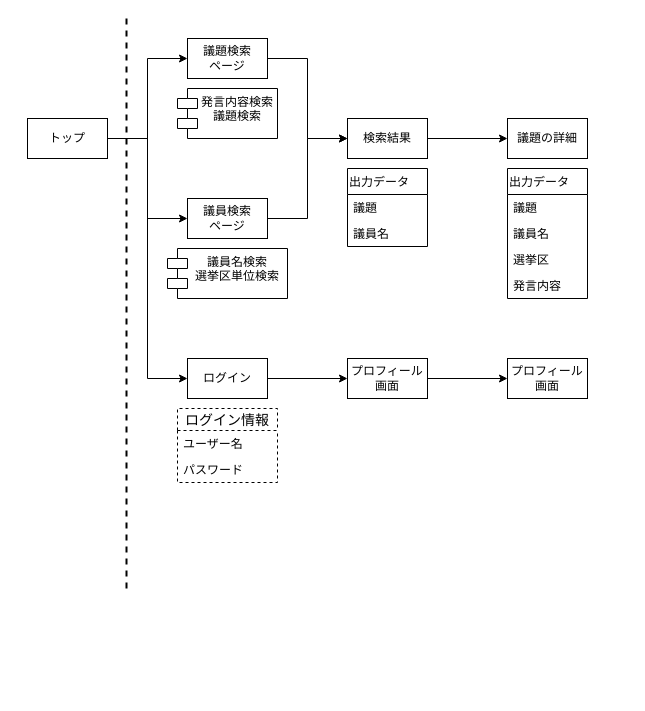
tukuhuse/myportfolio keeps this draw.io diagram as Untitled Diagram.drawio. Above is the earlier version. Source tidied: cells renumbered, new cells numbered last; positions are measured from the earlier drawing's top-left corner, leaving out a move shared by most shapes. Both pictures are drawn from the tidied source at 100%, with x=0, y=0 at pixel (27, 18).
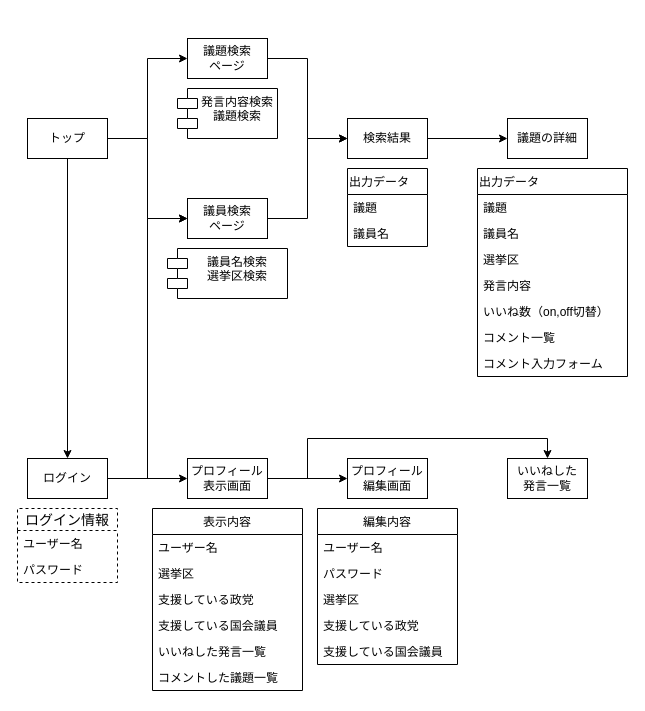
After the change.

The change refers to these unchanged cells:
```xml
<mxCell id="5" value="トップ" style="rounded=0;whiteSpace=wrap;html=1;" parent="1" vertex="1">
  <mxGeometry y="100" width="80" height="40" as="geometry" />
</mxCell>
<mxCell id="7" value="議員検索&lt;br&gt;ページ" style="rounded=0;whiteSpace=wrap;html=1;" parent="1" vertex="1">
  <mxGeometry x="160" y="180" width="80" height="40" as="geometry" />
</mxCell>
```

Change to the diagram source:
```diff
@@
-    <mxCell id="4" style="edgeStyle=orthogonalEdgeStyle;rounded=0;jettySize=auto;html=1;entryX=0;entryY=0.5;entryDx=0;entryDy=0;" parent="1" edge="1" source="5" target="25">
+    <mxCell id="4" style="edgeStyle=orthogonalEdgeStyle;rounded=0;jettySize=auto;html=1;entryX=0.5;entryY=0;entryDx=0;entryDy=0;" parent="1" edge="1" source="5" target="25">
       <mxGeometry relative="1" as="geometry" />
     </mxCell>
@@
-    <mxCell id="15" value="議員名検索&#10;選挙区単位検索" style="shape=module;align=left;spacingLeft=20;align=center;verticalAlign=top;" parent="1" vertex="1">
+    <mxCell id="15" value="議員名検索&#10;選挙区検索" style="shape=module;align=left;spacingLeft=20;align=center;verticalAlign=top;" parent="1" vertex="1">
       <mxGeometry x="140" y="230" width="120" height="50" as="geometry" />
     </mxCell>
@@
     <mxCell id="19" value="出力データ" style="swimlane;fontStyle=0;horizontal=1;startSize=26;fillColor=none;align=left;" parent="1" vertex="1">
-      <mxGeometry x="480" y="150" width="80" height="130" as="geometry" />
+      <mxGeometry x="450" y="150" width="150" height="208" as="geometry" />
     </mxCell>
     <mxCell id="20" value="議題" style="text;strokeColor=none;fillColor=none;align=left;verticalAlign=top;spacingLeft=4;spacingRight=4;overflow=hidden;" parent="19" vertex="1">
-      <mxGeometry y="26" width="80" height="26" as="geometry" />
+      <mxGeometry y="26" width="150" height="26" as="geometry" />
     </mxCell>
     <mxCell id="21" value="議員名" style="text;strokeColor=none;fillColor=none;align=left;verticalAlign=top;spacingLeft=4;spacingRight=4;overflow=hidden;" parent="19" vertex="1">
-      <mxGeometry y="52" width="80" height="26" as="geometry" />
+      <mxGeometry y="52" width="150" height="26" as="geometry" />
     </mxCell>
     <mxCell id="22" value="選挙区" style="text;strokeColor=none;fillColor=none;align=left;verticalAlign=top;spacingLeft=4;spacingRight=4;overflow=hidden;" parent="19" vertex="1">
-      <mxGeometry y="78" width="80" height="26" as="geometry" />
+      <mxGeometry y="78" width="150" height="26" as="geometry" />
     </mxCell>
     <mxCell id="23" value="発言内容" style="text;strokeColor=none;fillColor=none;align=left;verticalAlign=top;spacingLeft=4;spacingRight=4;overflow=hidden;" parent="19" vertex="1">
-      <mxGeometry y="104" width="80" height="26" as="geometry" />
+      <mxGeometry y="104" width="150" height="26" as="geometry" />
     </mxCell>
+    <mxCell id="33" value="いいね数（on,off切替）" style="text;strokeColor=none;fillColor=none;align=left;verticalAlign=top;spacingLeft=4;spacingRight=4;overflow=hidden;" parent="19" vertex="1">
+      <mxGeometry y="130" width="150" height="26" as="geometry" />
+    </mxCell>
+    <mxCell id="34" value="コメント一覧" style="text;strokeColor=none;fillColor=none;align=left;verticalAlign=top;spacingLeft=4;spacingRight=4;overflow=hidden;" parent="19" vertex="1">
+      <mxGeometry y="156" width="150" height="26" as="geometry" />
+    </mxCell>
+    <mxCell id="35" value="コメント入力フォーム" style="text;strokeColor=none;fillColor=none;align=left;verticalAlign=top;spacingLeft=4;spacingRight=4;overflow=hidden;" parent="19" vertex="1">
+      <mxGeometry y="182" width="150" height="26" as="geometry" />
+    </mxCell>
-    <mxCell id="24" style="edgeStyle=orthogonalEdgeStyle;rounded=0;jettySize=auto;html=1;" parent="1" edge="1" source="25" target="27">
+    <mxCell id="24" style="edgeStyle=orthogonalEdgeStyle;rounded=0;jettySize=auto;html=1;exitX=1;exitY=0.5;exitDx=0;exitDy=0;entryX=0;entryY=0.5;entryDx=0;entryDy=0;" parent="1" edge="1" source="25" target="27">
       <mxGeometry relative="1" as="geometry" />
     </mxCell>
+    <mxCell id="36" style="edgeStyle=orthogonalEdgeStyle;rounded=0;jettySize=auto;html=1;exitX=1;exitY=0.5;exitDx=0;exitDy=0;entryX=0;entryY=0.5;entryDx=0;entryDy=0;" parent="1" edge="1" source="25" target="7">
+      <mxGeometry relative="1" as="geometry" />
+    </mxCell>
     <mxCell id="25" value="ログイン" style="rounded=0;whiteSpace=wrap;html=1;align=center;" parent="1" vertex="1">
-      <mxGeometry x="160" y="340" width="80" height="40" as="geometry" />
+      <mxGeometry y="440" width="80" height="40" as="geometry" />
     </mxCell>
@@
+    <mxCell id="37" style="edgeStyle=orthogonalEdgeStyle;rounded=0;jettySize=auto;html=1;entryX=0.5;entryY=0;entryDx=0;entryDy=0;" parent="1" edge="1" source="27" target="38">
+      <mxGeometry relative="1" as="geometry">
+        <Array as="points">
+          <mxPoint x="280" y="460" />
+          <mxPoint x="280" y="420" />
+          <mxPoint x="520" y="420" />
+        </Array>
+      </mxGeometry>
+    </mxCell>
-    <mxCell id="27" value="プロフィール&lt;br&gt;画面" style="rounded=0;whiteSpace=wrap;html=1;align=center;" parent="1" vertex="1">
-      <mxGeometry x="320" y="340" width="80" height="40" as="geometry" />
+    <mxCell id="27" value="プロフィール&lt;br&gt;表示画面" style="rounded=0;whiteSpace=wrap;html=1;align=center;" parent="1" vertex="1">
+      <mxGeometry x="160" y="440" width="80" height="40" as="geometry" />
     </mxCell>
+    <mxCell id="38" value="いいねした&lt;br&gt;発言一覧" style="rounded=0;whiteSpace=wrap;html=1;align=center;" parent="1" vertex="1">
+      <mxGeometry x="480" y="440" width="80" height="40" as="geometry" />
+    </mxCell>
-    <mxCell id="28" value="プロフィール&lt;br&gt;画面" style="rounded=0;whiteSpace=wrap;html=1;align=center;" parent="1" vertex="1">
-      <mxGeometry x="480" y="340" width="80" height="40" as="geometry" />
+    <mxCell id="28" value="プロフィール&lt;br&gt;編集画面" style="rounded=0;whiteSpace=wrap;html=1;align=center;" parent="1" vertex="1">
+      <mxGeometry x="320" y="440" width="80" height="40" as="geometry" />
     </mxCell>
-    <mxCell id="29" style="line;strokeWidth=2;direction=south;html=1;align=left;dashed=1;" parent="1" vertex="1">
-      <mxGeometry x="94" width="10" height="570" as="geometry" />
-    </mxCell>
     <mxCell id="30" value="ログイン情報" style="swimlane;fontStyle=0;horizontal=1;startSize=22;fillColor=none;swimlaneFillColor=#ffffff;align=center;fontSize=14;dashed=1;" parent="1" vertex="1">
-      <mxGeometry x="150" y="390" width="100" height="74" as="geometry" />
+      <mxGeometry x="-10" y="490" width="100" height="74" as="geometry" />
     </mxCell>
@@
+    <mxCell id="39" value="表示内容" style="swimlane;fontStyle=0;horizontal=1;startSize=26;fillColor=none;" parent="1" vertex="1">
+      <mxGeometry x="125" y="490" width="150" height="182" as="geometry" />
+    </mxCell>
+    <mxCell id="40" value="ユーザー名" style="text;strokeColor=none;fillColor=none;align=left;verticalAlign=top;spacingLeft=4;spacingRight=4;overflow=hidden;" parent="39" vertex="1">
+      <mxGeometry y="26" width="150" height="26" as="geometry" />
+    </mxCell>
+    <mxCell id="41" value="選挙区" style="text;strokeColor=none;fillColor=none;align=left;verticalAlign=top;spacingLeft=4;spacingRight=4;overflow=hidden;" parent="39" vertex="1">
+      <mxGeometry y="52" width="150" height="26" as="geometry" />
+    </mxCell>
+    <mxCell id="42" value="支援している政党" style="text;strokeColor=none;fillColor=none;align=left;verticalAlign=top;spacingLeft=4;spacingRight=4;overflow=hidden;" parent="39" vertex="1">
+      <mxGeometry y="78" width="150" height="26" as="geometry" />
+    </mxCell>
+    <mxCell id="43" value="支援している国会議員" style="text;strokeColor=none;fillColor=none;align=left;verticalAlign=top;spacingLeft=4;spacingRight=4;overflow=hidden;" parent="39" vertex="1">
+      <mxGeometry y="104" width="150" height="26" as="geometry" />
+    </mxCell>
+    <mxCell id="44" value="いいねした発言一覧" style="text;strokeColor=none;fillColor=none;align=left;verticalAlign=top;spacingLeft=4;spacingRight=4;overflow=hidden;" parent="39" vertex="1">
+      <mxGeometry y="130" width="150" height="26" as="geometry" />
+    </mxCell>
+    <mxCell id="45" value="コメントした議題一覧" style="text;strokeColor=none;fillColor=none;align=left;verticalAlign=top;spacingLeft=4;spacingRight=4;overflow=hidden;" parent="39" vertex="1">
+      <mxGeometry y="156" width="150" height="26" as="geometry" />
+    </mxCell>
+    <mxCell id="46" value="編集内容" style="swimlane;fontStyle=0;horizontal=1;startSize=26;fillColor=none;" parent="1" vertex="1">
+      <mxGeometry x="290" y="490" width="140" height="156" as="geometry" />
+    </mxCell>
+    <mxCell id="47" value="ユーザー名" style="text;strokeColor=none;fillColor=none;align=left;verticalAlign=top;spacingLeft=4;spacingRight=4;overflow=hidden;" parent="46" vertex="1">
+      <mxGeometry y="26" width="140" height="26" as="geometry" />
+    </mxCell>
+    <mxCell id="48" value="パスワード" style="text;strokeColor=none;fillColor=none;align=left;verticalAlign=top;spacingLeft=4;spacingRight=4;overflow=hidden;" parent="46" vertex="1">
+      <mxGeometry y="52" width="140" height="26" as="geometry" />
+    </mxCell>
+    <mxCell id="49" value="選挙区" style="text;strokeColor=none;fillColor=none;align=left;verticalAlign=top;spacingLeft=4;spacingRight=4;overflow=hidden;" parent="46" vertex="1">
+      <mxGeometry y="78" width="140" height="26" as="geometry" />
+    </mxCell>
+    <mxCell id="50" value="支援している政党" style="text;strokeColor=none;fillColor=none;align=left;verticalAlign=top;spacingLeft=4;spacingRight=4;overflow=hidden;" parent="46" vertex="1">
+      <mxGeometry y="104" width="140" height="26" as="geometry" />
+    </mxCell>
+    <mxCell id="51" value="支援している国会議員" style="text;strokeColor=none;fillColor=none;align=left;verticalAlign=top;spacingLeft=4;spacingRight=4;overflow=hidden;" parent="46" vertex="1">
+      <mxGeometry y="130" width="140" height="26" as="geometry" />
+    </mxCell>
```
